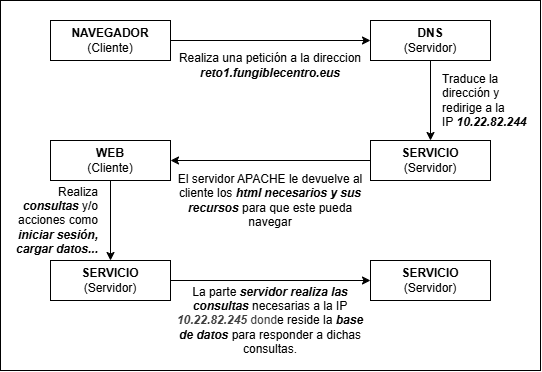
The draw.io diagram Documentacion/Esquemas/Reto_1_Esquema_de_red.png in MedievAlex/DAW_Reto_1_Alex_Javier_Luis_Jonatan, before a commit. Source tidied: cells renumbered, new cells last; positions are measured from the earlier drawing's top-left corner, leaving out a move shared by most shapes.
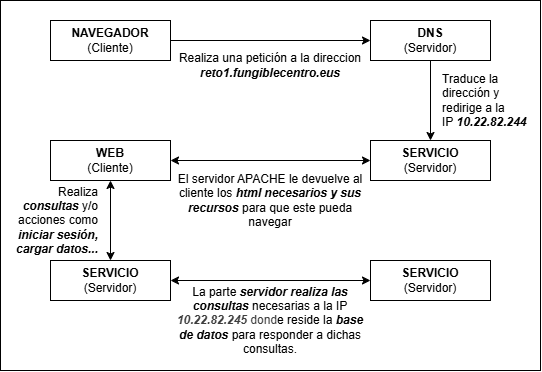
The same diagram one commit later.

Diff of the diagram source:
```diff
@@ -17,7 +17,7 @@
     <mxCell id="6" value="&lt;b&gt;DNS&lt;/b&gt;&lt;div&gt;(Servidor)&lt;/div&gt;" style="rounded=0;whiteSpace=wrap;html=1;" parent="1" vertex="1">
       <mxGeometry x="370" y="20" width="120" height="40" as="geometry" />
     </mxCell>
-    <mxCell id="7" style="edgeStyle=none;html=1;exitX=0;exitY=0.5;exitDx=0;exitDy=0;entryX=1;entryY=0.5;entryDx=0;entryDy=0;" parent="1" edge="1" source="8" target="13">
+    <mxCell id="7" style="edgeStyle=none;html=1;exitX=0;exitY=0.5;exitDx=0;exitDy=0;entryX=1;entryY=0.5;entryDx=0;entryDy=0;startArrow=classic;startFill=1;" parent="1" edge="1" source="8" target="13">
       <mxGeometry relative="1" as="geometry" />
     </mxCell>
     <mxCell id="8" value="&lt;b&gt;SERVICIO&lt;/b&gt;&lt;div&gt;(Servidor)&lt;/div&gt;" style="rounded=0;whiteSpace=wrap;html=1;" parent="1" vertex="1">
@@ -32,13 +32,13 @@
     <mxCell id="11" value="El servidor APACHE le devuelve al cliente los &lt;b&gt;&lt;i&gt;html necesarios y sus recursos&lt;/i&gt;&lt;/b&gt; para que este pueda navegar" style="text;html=1;whiteSpace=wrap;strokeColor=none;fillColor=none;align=center;verticalAlign=middle;rounded=0;fontColor=#000000;" parent="1" vertex="1">
       <mxGeometry x="170" y="170" width="200" height="60" as="geometry" />
     </mxCell>
-    <mxCell id="12" style="edgeStyle=none;html=1;exitX=0.5;exitY=1;exitDx=0;exitDy=0;entryX=0.5;entryY=0;entryDx=0;entryDy=0;" parent="1" edge="1" source="13" target="15">
+    <mxCell id="12" style="edgeStyle=none;html=1;exitX=0.5;exitY=1;exitDx=0;exitDy=0;entryX=0.5;entryY=0;entryDx=0;entryDy=0;startArrow=classic;startFill=1;" parent="1" edge="1" source="13" target="15">
       <mxGeometry relative="1" as="geometry" />
     </mxCell>
     <mxCell id="13" value="&lt;b&gt;WEB&lt;/b&gt;&lt;div&gt;(Cliente)&lt;/div&gt;" style="rounded=0;whiteSpace=wrap;html=1;" parent="1" vertex="1">
       <mxGeometry x="50" y="140" width="120" height="40" as="geometry" />
     </mxCell>
-    <mxCell id="14" style="edgeStyle=none;html=1;exitX=1;exitY=0.5;exitDx=0;exitDy=0;entryX=0;entryY=0.5;entryDx=0;entryDy=0;" parent="1" edge="1" source="15" target="17">
+    <mxCell id="14" style="edgeStyle=none;html=1;exitX=1;exitY=0.5;exitDx=0;exitDy=0;entryX=0;entryY=0.5;entryDx=0;entryDy=0;startArrow=classic;startFill=1;" parent="1" edge="1" source="15" target="17">
       <mxGeometry relative="1" as="geometry" />
     </mxCell>
     <mxCell id="15" value="&lt;b&gt;SERVICIO&lt;/b&gt;&lt;div&gt;(Servidor)&lt;/div&gt;" style="rounded=0;whiteSpace=wrap;html=1;" parent="1" vertex="1">
```
